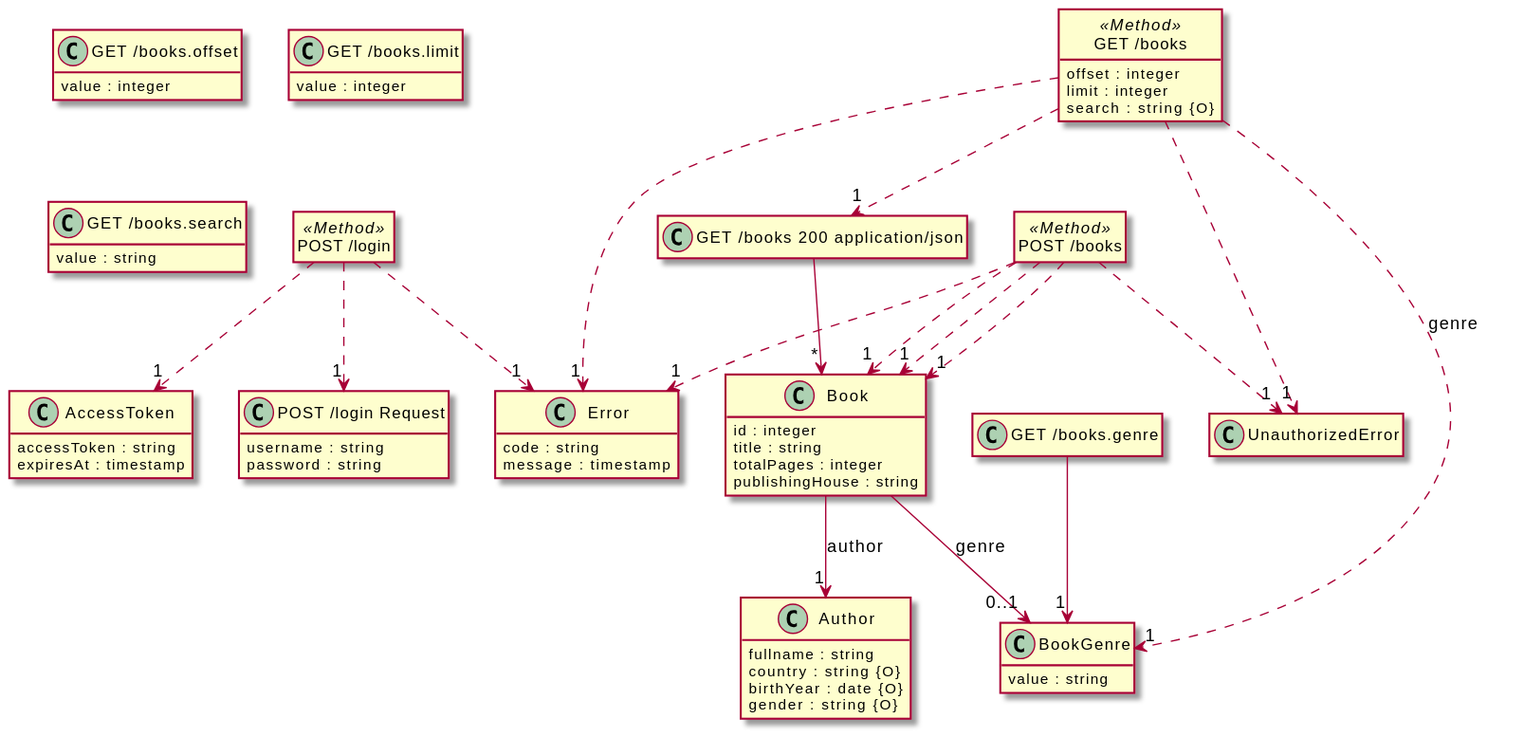
The PlantUML diagram src/docs/demos/bookstore.svg in davidmoten/openapi-to-plantuml, before a commit.
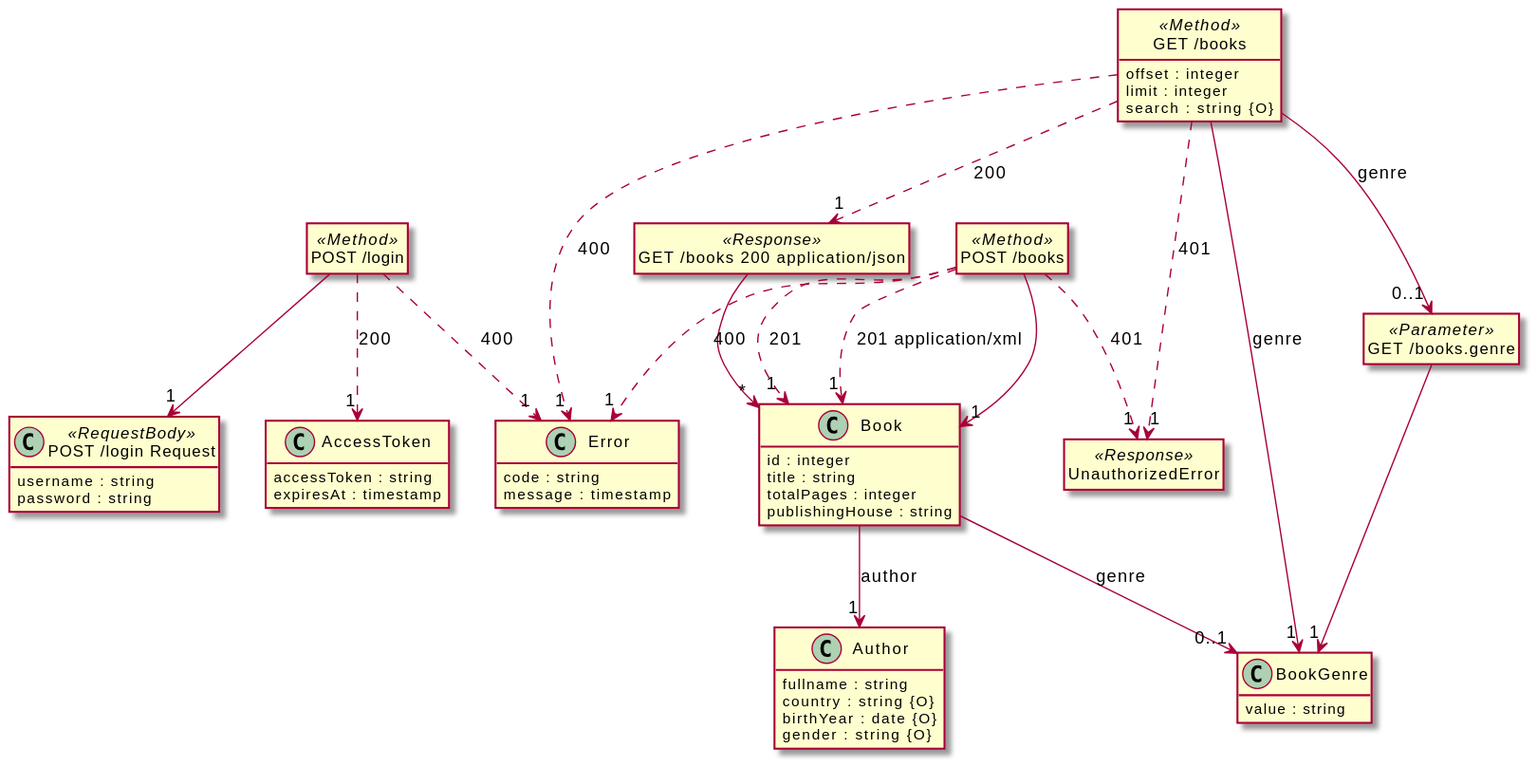
The same diagram one commit later.

What changed in the source:
```diff
@@ -1,5 +1,7 @@
 @startuml
 hide <<Method>> circle
+hide <<Response>> circle
+hide <<Parameter>> circle
 hide empty methods
 hide empty fields
 set namespaceSeparator none
@@ -32,10 +34,13 @@
   publishingHouse : string
 }
 
+class "UnauthorizedError" <<Response>> {
+}
+
 class "POST /login" <<Method>> {
 }
 
-class "POST /login Request" {
+class "POST /login Request" <<RequestBody>> {
   username : string
   password : string
 }
@@ -46,57 +51,47 @@
   search : string {O}
 }
 
-class "GET /books.offset" {
-  value : integer
+class "GET /books.genre" <<Parameter>> {
 }
 
-class "GET /books.limit" {
-  value : integer
-}
-
-class "GET /books.genre" {
-}
-
-class "GET /books.search" {
-  value : string
-}
-
-class "GET /books 200 application/json" {
+class "GET /books 200 application/json" <<Response>> {
 }
 
 class "POST /books" <<Method>> {
 }
 
-"Book" --> "0..1" "BookGenre" : "genre"
+"Book" --> "0..1" "BookGenre"  :  "genre"
 
-"Book" --> "1" "Author" : "author"
+"Book" --> "1" "Author"  :  "author"
 
-"POST /login" ..> "1" "AccessToken"
+"POST /login" ..> "1" "AccessToken"  :  "200"
 
-"POST /login" ..> "1" "Error"
+"POST /login" ..> "1" "Error"  :  "400"
 
-"POST /login" ..> "1" "POST /login Request"
+"POST /login" --> "1" "POST /login Request"
 
 "GET /books.genre" --> "1" "BookGenre"
 
-"GET /books" ..> "1" "BookGenre" : "genre"
+"GET /books" --> "0..1" "GET /books.genre"  :  "genre"
+
+"GET /books" --> "1" "BookGenre"  :  "genre"
 
 "GET /books 200 application/json" --> "*" "Book"
 
-"GET /books" ..> "1" "GET /books 200 application/json"
+"GET /books" ..> "1" "GET /books 200 application/json"  :  "200"
 
-"GET /books" ..> "1" "UnauthorizedError"
+"GET /books" ..> "1" "UnauthorizedError"  :  "401"
 
-"GET /books" ..> "1" "Error"
+"GET /books" ..> "1" "Error"  :  "400"
 
-"POST /books" ..> "1" "Book"
+"POST /books" ..> "1" "Book"  :  "201"
 
-"POST /books" ..> "1" "Book"
+"POST /books" ..> "1" "Book"  :  "201 application/xml"
 
-"POST /books" ..> "1" "Error"
+"POST /books" ..> "1" "Error"  :  "400"
 
-"POST /books" ..> "1" "UnauthorizedError"
+"POST /books" ..> "1" "UnauthorizedError"  :  "401"
 
-"POST /books" ..> "1" "Book"
+"POST /books" --> "1" "Book"
 
 @enduml
```
